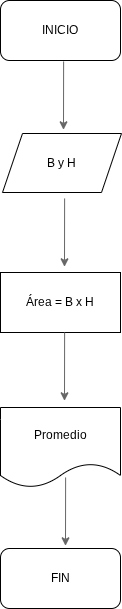
Earlier version of the draw.io export Ejercicio_3_Lucas.png (lucri1384/Pensamiento-computacional). Source tidied: cells renumbered, new cells last; positions are measured from the earlier drawing's top-left corner, leaving out a move shared by most shapes. The source it was exported from:
```xml
<mxGraphModel background="light-dark(#FFFFFF,#FFFFFF)">
  <root>
    <mxCell id="0" />
    <mxCell id="1" parent="0" />
    <mxCell id="2" value="INICIO" style="rounded=1;whiteSpace=wrap;html=1;labelBackgroundColor=none;" parent="1" vertex="1">
      <mxGeometry width="120" height="60" as="geometry" />
    </mxCell>
    <mxCell id="3" value="B y H" style="shape=parallelogram;perimeter=parallelogramPerimeter;whiteSpace=wrap;html=1;fixedSize=1;" parent="1" vertex="1">
      <mxGeometry x="2" y="133" width="119" height="59" as="geometry" />
    </mxCell>
    <mxCell id="4" value="Área = B x H" style="rounded=0;whiteSpace=wrap;html=1;" parent="1" vertex="1">
      <mxGeometry y="272" width="120" height="60" as="geometry" />
    </mxCell>
    <mxCell id="5" value="Promedio" style="shape=document;whiteSpace=wrap;html=1;boundedLbl=1;" parent="1" vertex="1">
      <mxGeometry y="407" width="120" height="80" as="geometry" />
    </mxCell>
    <mxCell id="6" value="FIN" style="rounded=1;whiteSpace=wrap;html=1;" parent="1" vertex="1">
      <mxGeometry y="548" width="120" height="60" as="geometry" />
    </mxCell>
    <mxCell id="7" style="endArrow=classic;html=1;rounded=0;fontColor=none;labelBackgroundColor=light-dark(#FFFFFF, #ffffff);textShadow=0;labelBorderColor=none;noLabel=1;fillColor=#f5f5f5;strokeColor=#666666;entryX=0.549;entryY=0.005;entryDx=0;entryDy=0;entryPerimeter=0;" parent="1" edge="1">
      <mxGeometry relative="1" as="geometry">
        <mxPoint x="64.1" y="198" as="sourcePoint" />
        <mxPoint x="64" y="266.3" as="targetPoint" />
      </mxGeometry>
    </mxCell>
    <mxCell id="8" style="endArrow=classic;html=1;rounded=0;fontColor=none;labelBackgroundColor=light-dark(#FFFFFF, #ffffff);textShadow=0;labelBorderColor=none;noLabel=1;fillColor=#f5f5f5;strokeColor=#666666;entryX=0.549;entryY=0.005;entryDx=0;entryDy=0;entryPerimeter=0;" parent="1" edge="1">
      <mxGeometry relative="1" as="geometry">
        <mxPoint x="63.1" y="61" as="sourcePoint" />
        <mxPoint x="63" y="129.3" as="targetPoint" />
      </mxGeometry>
    </mxCell>
    <mxCell id="9" style="endArrow=classic;html=1;rounded=0;fontColor=none;labelBackgroundColor=light-dark(#FFFFFF, #ffffff);textShadow=0;labelBorderColor=none;noLabel=1;fillColor=#f5f5f5;strokeColor=#666666;entryX=0.549;entryY=0.005;entryDx=0;entryDy=0;entryPerimeter=0;" parent="1" edge="1">
      <mxGeometry relative="1" as="geometry">
        <mxPoint x="64.1" y="332" as="sourcePoint" />
        <mxPoint x="64" y="400.3" as="targetPoint" />
      </mxGeometry>
    </mxCell>
    <mxCell id="10" style="endArrow=classic;html=1;rounded=0;fontColor=none;labelBackgroundColor=light-dark(#FFFFFF, #ffffff);textShadow=0;labelBorderColor=none;noLabel=1;fillColor=#f5f5f5;strokeColor=#666666;entryX=0.549;entryY=0.005;entryDx=0;entryDy=0;entryPerimeter=0;" parent="1" edge="1">
      <mxGeometry relative="1" as="geometry">
        <mxPoint x="65.1" y="477" as="sourcePoint" />
        <mxPoint x="65" y="545.3" as="targetPoint" />
      </mxGeometry>
    </mxCell>
  </root>
</mxGraphModel>
```
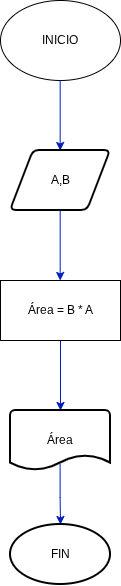
The same file after the commit.

The edit, as a diff of the source:
```diff
@@ -1,45 +1,39 @@
-<mxGraphModel background="light-dark(#FFFFFF,#FFFFFF)">
+<mxGraphModel>
   <root>
     <mxCell id="0" />
     <mxCell id="1" parent="0" />
-    <mxCell id="2" value="INICIO" style="rounded=1;whiteSpace=wrap;html=1;labelBackgroundColor=none;" parent="1" vertex="1">
-      <mxGeometry width="120" height="60" as="geometry" />
+    <mxCell id="2" value="INICIO" style="ellipse;whiteSpace=wrap;html=1;" parent="1" vertex="1">
+      <mxGeometry x="5" y="-100" width="120" height="80" as="geometry" />
     </mxCell>
-    <mxCell id="3" value="B y H" style="shape=parallelogram;perimeter=parallelogramPerimeter;whiteSpace=wrap;html=1;fixedSize=1;" parent="1" vertex="1">
-      <mxGeometry x="2" y="133" width="119" height="59" as="geometry" />
-    </mxCell>
-    <mxCell id="4" value="Área = B x H" style="rounded=0;whiteSpace=wrap;html=1;" parent="1" vertex="1">
-      <mxGeometry y="272" width="120" height="60" as="geometry" />
-    </mxCell>
-    <mxCell id="5" value="Promedio" style="shape=document;whiteSpace=wrap;html=1;boundedLbl=1;" parent="1" vertex="1">
-      <mxGeometry y="407" width="120" height="80" as="geometry" />
-    </mxCell>
+    <mxCell id="11" style="endArrow=classic;html=1;rounded=0;fillColor=#0050ef;strokeColor=#001DBC;" parent="1" edge="1">
+      <mxGeometry relative="1" as="geometry">
+        <mxPoint x="64.7" y="-20" as="sourcePoint" />
+        <mxPoint x="64.7" y="50" as="targetPoint" />
+      </mxGeometry>
+    </mxCell>
+    <mxCell id="12" value="A,B" style="shape=parallelogram;html=1;strokeWidth=2;perimeter=parallelogramPerimeter;whiteSpace=wrap;rounded=1;arcSize=12;size=0.23;" parent="1" vertex="1">
+      <mxGeometry x="15" y="50" width="100" height="60" as="geometry" />
+    </mxCell>
+    <mxCell id="13" style="endArrow=classic;html=1;rounded=0;fillColor=#0050ef;strokeColor=#001DBC;" parent="1" edge="1">
+      <mxGeometry relative="1" as="geometry">
+        <mxPoint x="64.7" y="110" as="sourcePoint" />
+        <mxPoint x="64.7" y="180" as="targetPoint" />
+      </mxGeometry>
+    </mxCell>
+    <mxCell id="14" style="edgeStyle=orthogonalEdgeStyle;rounded=0;jettySize=auto;html=1;fillColor=#0050ef;strokeColor=#001DBC;" parent="1" edge="1" source="15" target="17">
+      <mxGeometry relative="1" as="geometry" />
+    </mxCell>
+    <mxCell id="15" value="Área = B * A" style="rounded=0;whiteSpace=wrap;html=1;" parent="1" vertex="1">
+      <mxGeometry x="5" y="180" width="120" height="60" as="geometry" />
+    </mxCell>
+    <mxCell id="16" style="edgeStyle=orthogonalEdgeStyle;rounded=0;jettySize=auto;html=1;exitX=0.496;exitY=0.893;exitDx=0;exitDy=0;exitPerimeter=0;fillColor=#0050ef;strokeColor=#001DBC;" parent="1" edge="1" source="17" target="6">
+      <mxGeometry relative="1" as="geometry" />
+    </mxCell>
+    <mxCell id="17" value="Área" style="strokeWidth=2;html=1;shape=mxgraph.flowchart.document2;whiteSpace=wrap;size=0.25;" parent="1" vertex="1">
+      <mxGeometry x="15" y="310" width="100" height="60" as="geometry" />
+    </mxCell>
-    <mxCell id="6" value="FIN" style="rounded=1;whiteSpace=wrap;html=1;" parent="1" vertex="1">
-      <mxGeometry y="548" width="120" height="60" as="geometry" />
+    <mxCell id="6" value="FIN" style="strokeWidth=2;html=1;shape=mxgraph.flowchart.start_1;whiteSpace=wrap;" parent="1" vertex="1">
+      <mxGeometry x="15" y="424" width="100" height="60" as="geometry" />
     </mxCell>
-    <mxCell id="7" style="endArrow=classic;html=1;rounded=0;fontColor=none;labelBackgroundColor=light-dark(#FFFFFF, #ffffff);textShadow=0;labelBorderColor=none;noLabel=1;fillColor=#f5f5f5;strokeColor=#666666;entryX=0.549;entryY=0.005;entryDx=0;entryDy=0;entryPerimeter=0;" parent="1" edge="1">
-      <mxGeometry relative="1" as="geometry">
-        <mxPoint x="64.1" y="198" as="sourcePoint" />
-        <mxPoint x="64" y="266.3" as="targetPoint" />
-      </mxGeometry>
-    </mxCell>
-    <mxCell id="8" style="endArrow=classic;html=1;rounded=0;fontColor=none;labelBackgroundColor=light-dark(#FFFFFF, #ffffff);textShadow=0;labelBorderColor=none;noLabel=1;fillColor=#f5f5f5;strokeColor=#666666;entryX=0.549;entryY=0.005;entryDx=0;entryDy=0;entryPerimeter=0;" parent="1" edge="1">
-      <mxGeometry relative="1" as="geometry">
-        <mxPoint x="63.1" y="61" as="sourcePoint" />
-        <mxPoint x="63" y="129.3" as="targetPoint" />
-      </mxGeometry>
-    </mxCell>
-    <mxCell id="9" style="endArrow=classic;html=1;rounded=0;fontColor=none;labelBackgroundColor=light-dark(#FFFFFF, #ffffff);textShadow=0;labelBorderColor=none;noLabel=1;fillColor=#f5f5f5;strokeColor=#666666;entryX=0.549;entryY=0.005;entryDx=0;entryDy=0;entryPerimeter=0;" parent="1" edge="1">
-      <mxGeometry relative="1" as="geometry">
-        <mxPoint x="64.1" y="332" as="sourcePoint" />
-        <mxPoint x="64" y="400.3" as="targetPoint" />
-      </mxGeometry>
-    </mxCell>
-    <mxCell id="10" style="endArrow=classic;html=1;rounded=0;fontColor=none;labelBackgroundColor=light-dark(#FFFFFF, #ffffff);textShadow=0;labelBorderColor=none;noLabel=1;fillColor=#f5f5f5;strokeColor=#666666;entryX=0.549;entryY=0.005;entryDx=0;entryDy=0;entryPerimeter=0;" parent="1" edge="1">
-      <mxGeometry relative="1" as="geometry">
-        <mxPoint x="65.1" y="477" as="sourcePoint" />
-        <mxPoint x="65" y="545.3" as="targetPoint" />
-      </mxGeometry>
-    </mxCell>
   </root>
 </mxGraphModel>
```
